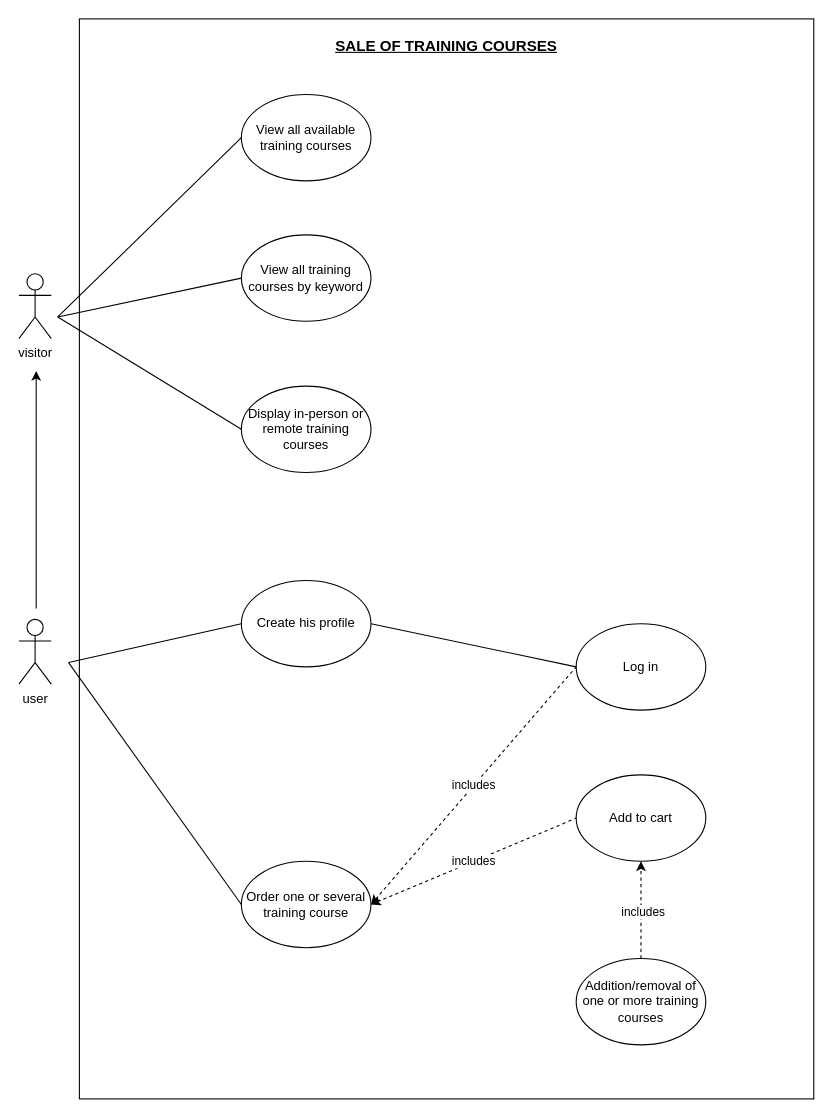
The draw.io diagram doc/uses_cases/SaleOfTrainingCourses.drawio in sediatlearning-cmyk/SaleOfTrainingCourses, before the edit. Source tidied: cells renumbered, new cells numbered last; positions are measured from the earlier drawing's top-left corner, leaving out a move shared by most shapes. Both pictures are drawn from the tidied source at 108%, with x=0, y=0 at pixel (18, 18).
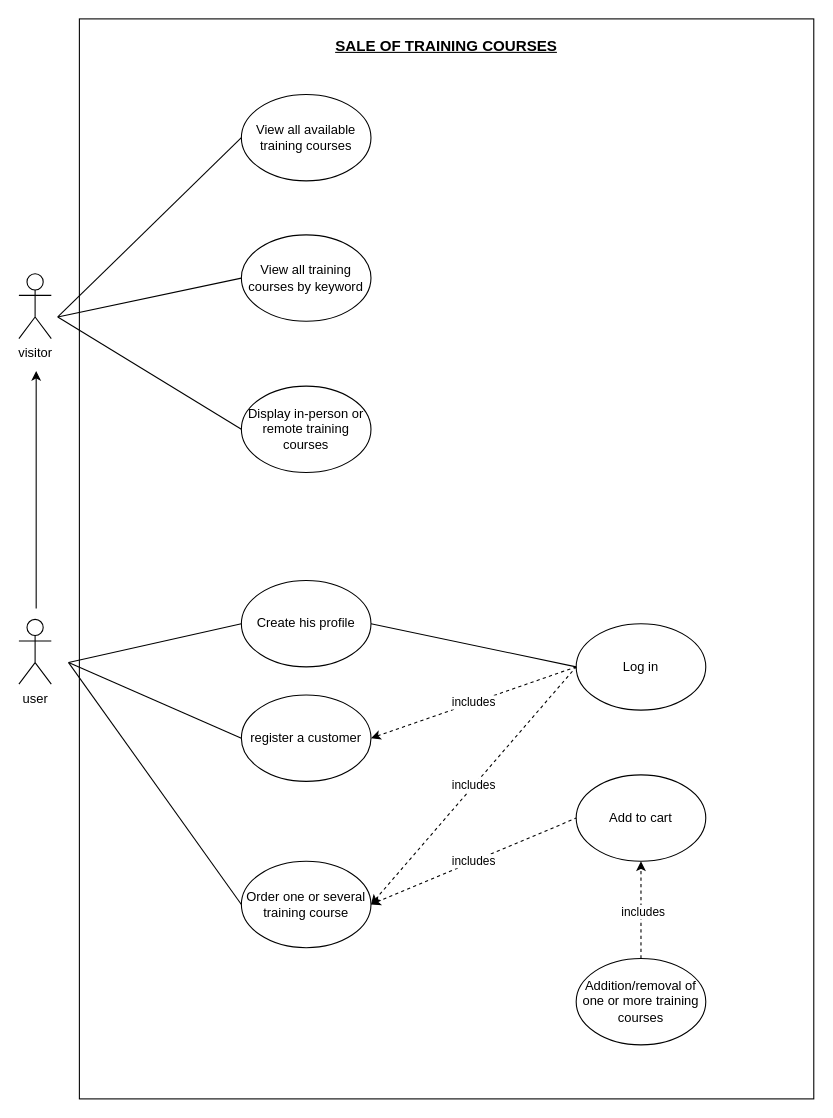
The same diagram, later.

Commit message:
Updated SaleOfTrainingCourse use cases diagram

Unchanged cells that the change refers to:
```xml
<mxCell id="10" value="Log in" style="ellipse;whiteSpace=wrap;html=1;shapeInside=1;" parent="1" vertex="1">
  <mxGeometry x="516" y="560" width="120" height="80" as="geometry" />
</mxCell>
```

Change to the diagram source:
```diff
@@
+    <mxCell id="25" value="register a customer" style="ellipse;whiteSpace=wrap;html=1;shapeInside=1;" parent="1" vertex="1">
+      <mxGeometry x="206" y="626" width="120" height="80" as="geometry" />
+    </mxCell>
+    <mxCell id="26" style="endArrow=none;html=1;rounded=0;exitX=0;exitY=0.5;exitDx=0;exitDy=0;" parent="1" edge="1" source="25">
+      <mxGeometry relative="1" as="geometry">
+        <mxPoint x="46" y="596" as="targetPoint" />
+      </mxGeometry>
+    </mxCell>
+    <mxCell id="27" value="includes" style="endArrow=none;endSize=12;dashed=1;html=1;rounded=0;endFill=0;startArrow=classic;startFill=1;entryX=0;entryY=0.5;entryDx=0;entryDy=0;exitX=1;exitY=0.5;exitDx=0;exitDy=0;" parent="1" edge="1" source="25" target="10">
+      <mxGeometry relative="1" as="geometry" />
+    </mxCell>
```
